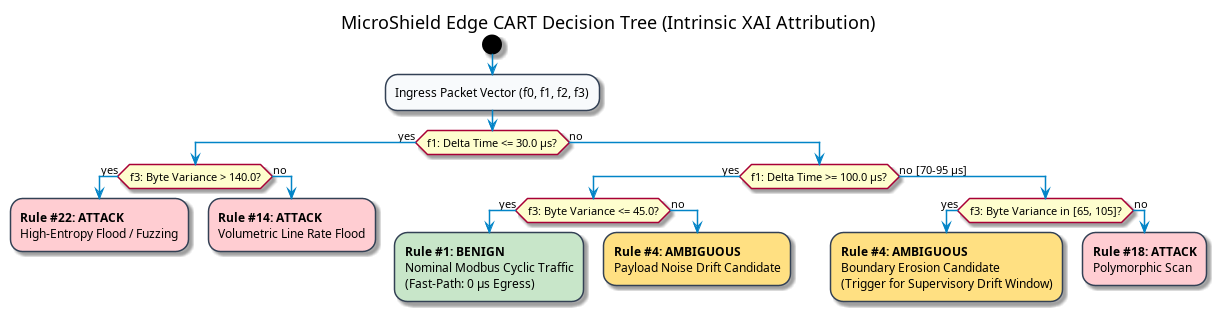
The PlantUML diagram pictures/edge_cart_tree.png in unibo-dtm-se-2223-microshield/report, before a commit. Its source is kept beside it as diagrams/edge_cart_tree.puml.
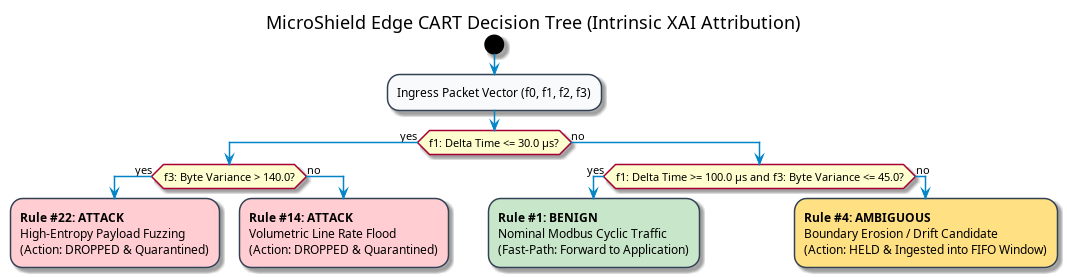
Above is the later version.

Commit message:
docs(design): fix tree topology rules, deduplicate sections, and clean chapter 3 layout

The edit, as a diff of the source:
```diff
@@ -15,29 +15,19 @@
 
 if (f1: Delta Time <= 30.0 µs?) then (yes)
   if (f3: Byte Variance > 140.0?) then (yes)
-    #FFCDD2:<b>Rule #22: ATTACK</b>\nHigh-Entropy Flood / Fuzzing;
+    #FFCDD2:<b>Rule #22: ATTACK</b>\nHigh-Entropy Payload Fuzzing\n(Action: DROPPED & Quarantined);
     detach
   else (no)
-    #FFCDD2:<b>Rule #14: ATTACK</b>\nVolumetric Line Rate Flood;
+    #FFCDD2:<b>Rule #14: ATTACK</b>\nVolumetric Line Rate Flood\n(Action: DROPPED & Quarantined);
     detach
   endif
 else (no)
-  if (f1: Delta Time >= 100.0 µs?) then (yes)
-    if (f3: Byte Variance <= 45.0?) then (yes)
-      #C8E6C9:<b>Rule #1: BENIGN</b>\nNominal Modbus Cyclic Traffic\n(Fast-Path: 0 µs Egress);
-      detach
-    else (no)
-      #FFE082:<b>Rule #4: AMBIGUOUS</b>\nPayload Noise Drift Candidate;
-      detach
-    endif
-  else (no [70-95 µs])
-    if (f3: Byte Variance in [65, 105]?) then (yes)
-      #FFE082:<b>Rule #4: AMBIGUOUS</b>\nBoundary Erosion Candidate\n(Trigger for Supervisory Drift Window);
-      detach
-    else (no)
-      #FFCDD2:<b>Rule #18: ATTACK</b>\nPolymorphic Scan;
-      detach
-    endif
+  if (f1: Delta Time >= 100.0 µs and f3: Byte Variance <= 45.0?) then (yes)
+    #C8E6C9:<b>Rule #1: BENIGN</b>\nNominal Modbus Cyclic Traffic\n(Fast-Path: Forward to Application);
+    detach
+  else (no)
+    #FFE082:<b>Rule #4: AMBIGUOUS</b>\nBoundary Erosion / Drift Candidate\n(Action: HELD & Ingested into FIFO Window);
+    detach
   endif
 endif
 
```
